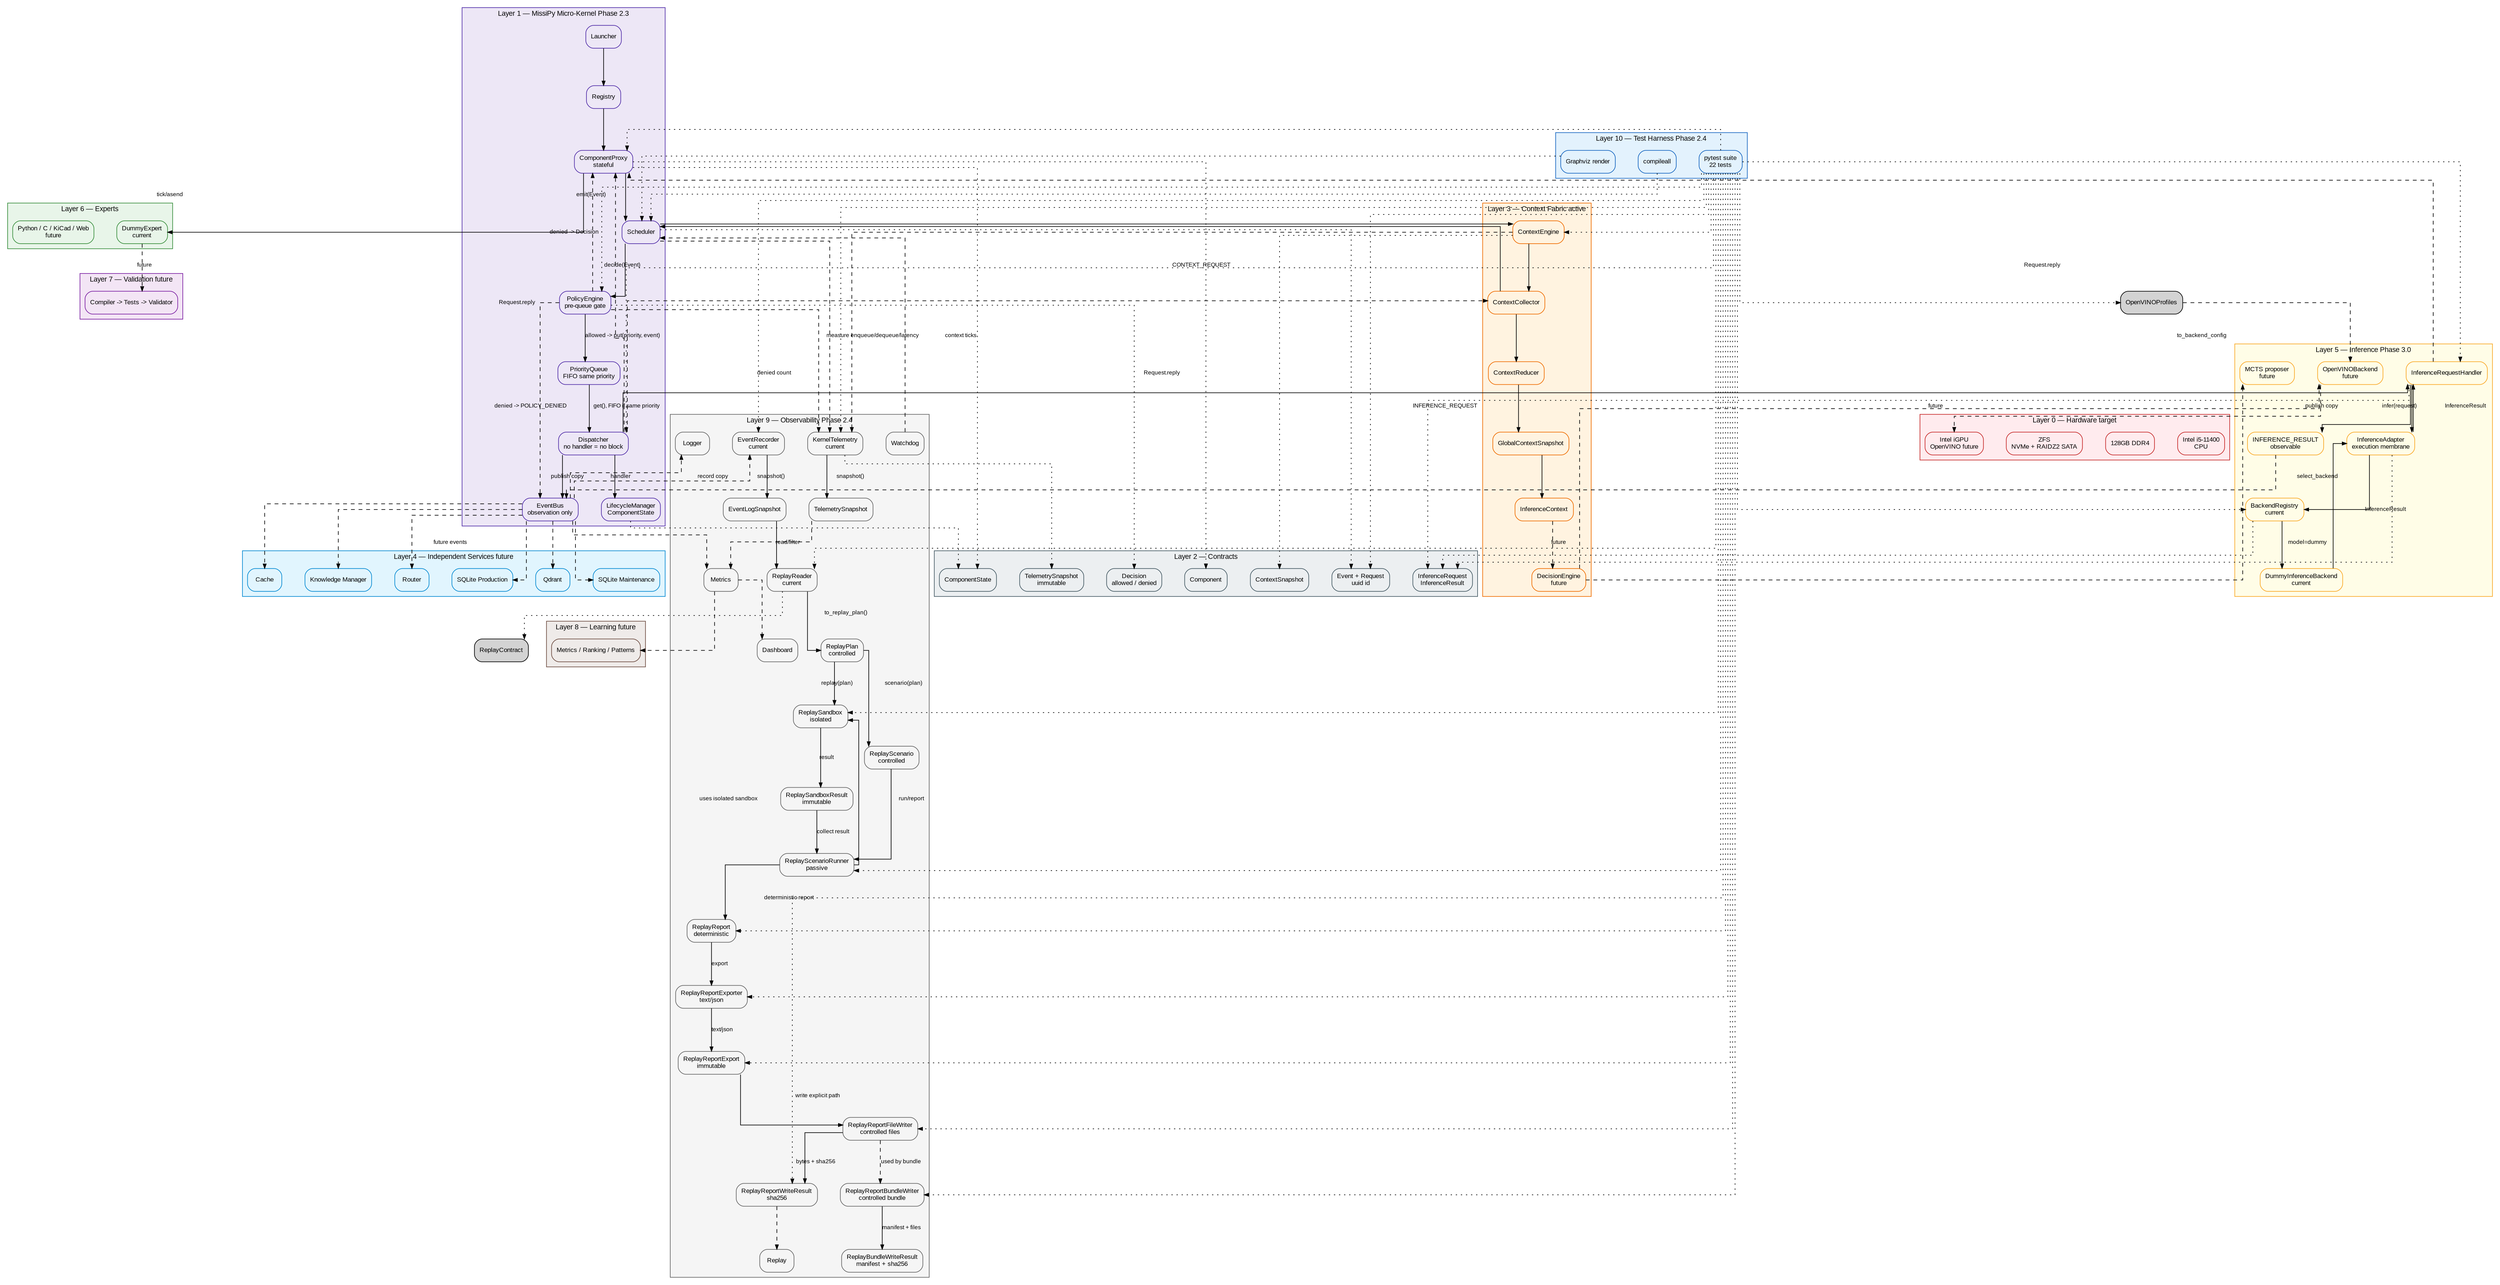
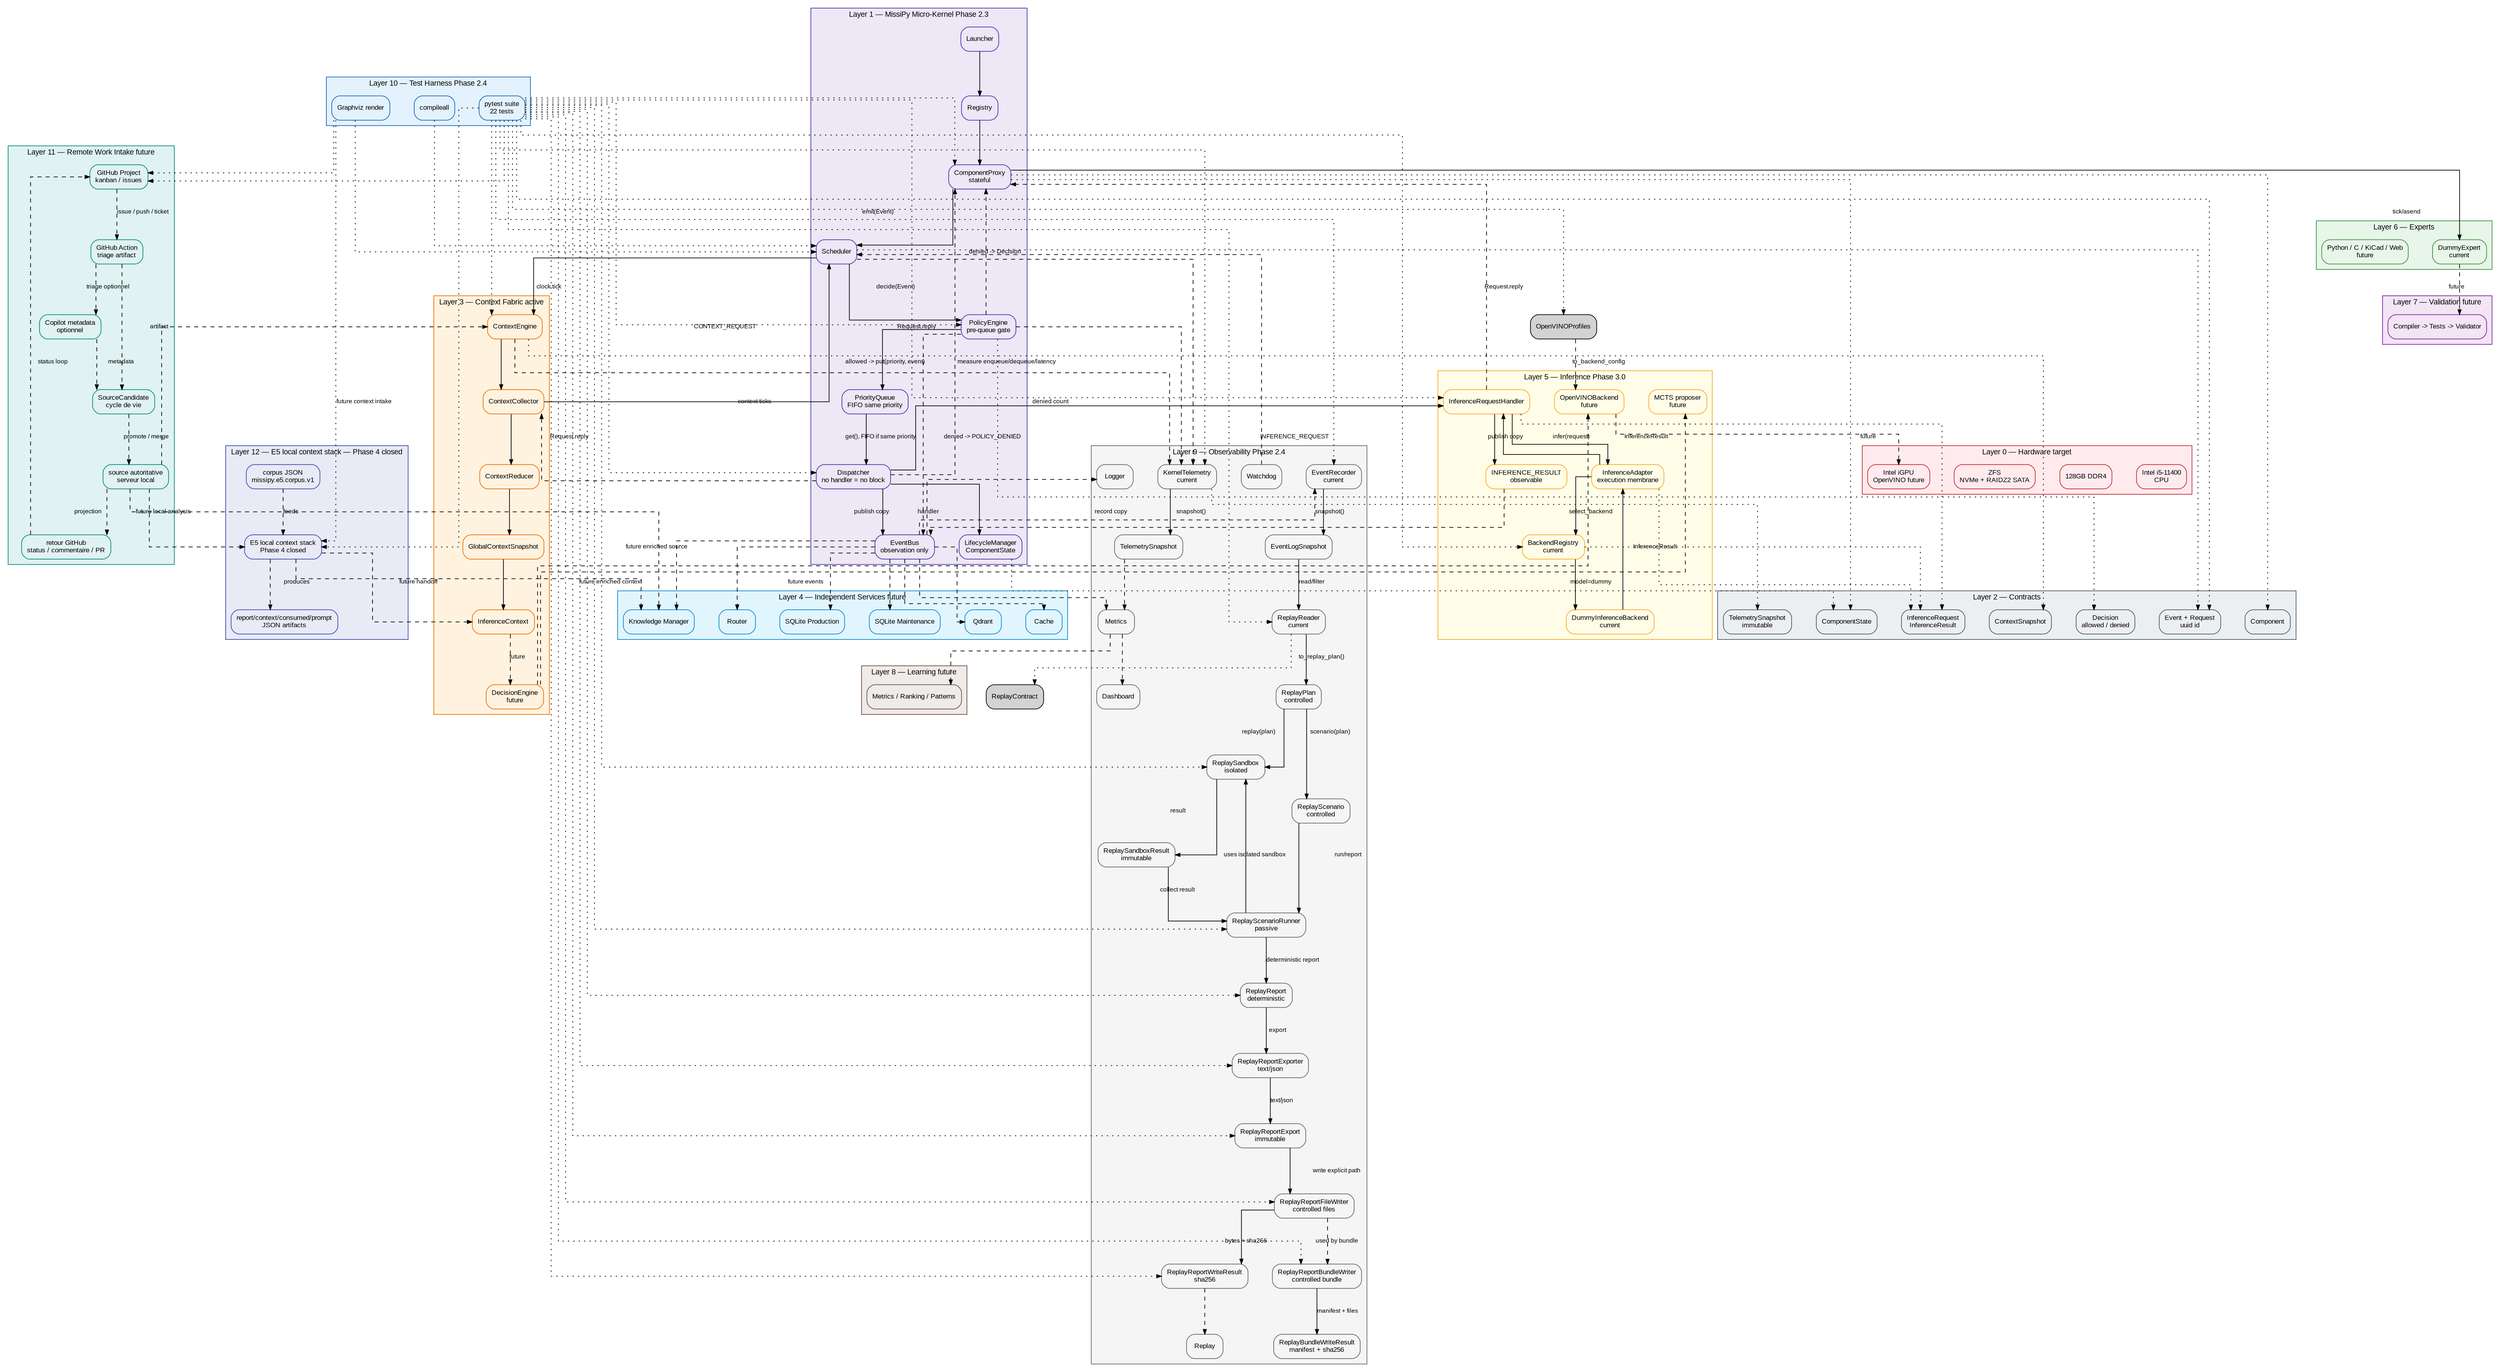
digraph Global {
    // ROADMAP_ID: global

    rankdir=TB;

    // ROADMAP_NOTE[phase2_5]:
    // BackendRegistry est ajouté au layer inference pour préparer
    // l’enregistrement explicite d’OpenVINO sans modifier le Scheduler.

    // ROADMAP_NOTE[phase3_0]:
    // OpenVINOModelProfileRegistry est ajouté pour décrire un ou plusieurs
    // modèles OpenVINO possibles avant de créer les backends exécutables.
    compound=true;
    splines=ortho;
    nodesep=0.5;
    ranksep=0.8;

    graph [fontname="Arial", fontsize=11];
    node [shape=box, style="rounded,filled", fontname="Arial", fontsize=10];
    edge [fontname="Arial", fontsize=9, arrowsize=0.7];

    // ROADMAP_NOTE[phase2_4]:
// ReplayReportBundleWriter ajoute un dossier de replay contrôlé :
// report.txt, report.json et manifest.json avec sha256. La roadmap DOT
// est aussi vérifiée par tests/docs/test_dot_links.py afin que les liens
// descente/remontée pointent vers des sources DOT existantes.
    // Le Layer 9 ajoute ReplayReportFileWriter après ReplayReportExport.
    // Cette étape persiste les exports texte/JSON vers chemins explicites.
    // Aucun répertoire n'est créé ni aucun fichier écrasé sans demande explicite.
    // Le writer reste passif et ne commande jamais le Scheduler vivant.
+ 
+ 
+     // ROADMAP_NOTE[phase4_18_r2]:
+     // GitHub Project Orchestrator est visible dans l'architecture globale.
+     // Cette couche reste future et documentaire : pas d'API GitHub, pas de token,
+     // pas de polling réseau et pas de dépendance Copilot dans le coeur.
+ 
+     // ROADMAP_NOTE[phase4_19]:
+     // La Phase 4 se clôt par un audit du moteur local E5 : corpus, recherche,
+     // diagnostics, gates, rapports, contexte, consommation et prompt packet.
+     // Le stack E5 reste hors Scheduler, hors Qdrant et hors backend de réponse.
+ 
+     // ROADMAP_NOTE[phase4_20]:
+     // Phase 4 clôturée : le moteur local E5 produit des artefacts déterministes
+     // de recherche, contexte consommé et prompt packet. La Phase 5 peut brancher
+     // ce socle au serveur local ou au Context Engine sans changer ces frontières.

    subgraph cluster_L0 {
        label="Layer 0 — Hardware target";
        color="#c62828";
        bgcolor="#ffebee";
        node [fillcolor="#ffebee", color="#c62828"];
        CPU [label="Intel i5-11400\nCPU"];
        RAM [label="128GB DDR4"];
        Storage [label="ZFS\nNVMe + RAIDZ2 SATA"];
        GPU [label="Intel iGPU\nOpenVINO future"];
    }

    subgraph cluster_L1 {
        label="Layer 1 — MissiPy Micro-Kernel Phase 2.3";
        color="#512da8";
        bgcolor="#ede7f6";
        node [fillcolor="#ede7f6", color="#512da8"];
        Launcher [URL="scheduler/10_scheduler.svg", tooltip="Zoom Scheduler"];
        Registry [URL="scheduler/10_scheduler.svg", tooltip="Registry"];
        Proxy [label="ComponentProxy\nstateful", URL="scheduler/component_proxy/14_component_proxy.svg", tooltip="Runtime proxy"];
        Scheduler [URL="scheduler/10_scheduler.svg", tooltip="Zoom Scheduler"];
        Policy [label="PolicyEngine\npre-queue gate", URL="scheduler/10_scheduler.svg"];
        Queue [label="PriorityQueue\nFIFO same priority", URL="scheduler/priority_queue/13_priority_queue.svg"];
        Dispatcher [label="Dispatcher\nno handler = no block", URL="scheduler/dispatcher/11_dispatcher.svg"];
        EventBus [label="EventBus\nobservation only", URL="scheduler/event_bus/12_event_bus.svg"];
        Lifecycle [label="LifecycleManager\nComponentState", URL="scheduler/10_scheduler.svg"];
    }

    subgraph cluster_L2 {
        label="Layer 2 — Contracts";
        color="#455a64";
        bgcolor="#eceff1";
        node [fillcolor="#eceff1", color="#455a64"];
        EventContract [label="Event + Request\nuuid id"];
        LifecycleContract [label="ComponentState"];
        ComponentContract [label="Component"];
        ContextContract [label="ContextSnapshot"];
        InferenceContract [label="InferenceRequest\nInferenceResult"];
        PolicyContract [label="Decision\nallowed / denied"];
        TelemetryContract [label="TelemetrySnapshot\nimmutable"];
    }

    subgraph cluster_L3 {
        label="Layer 3 — Context Fabric active";
        color="#ef6c00";
        bgcolor="#fff3e0";
        node [fillcolor="#fff3e0", color="#ef6c00"];
        ContextEngine [label="ContextEngine", URL="context/20_context.svg"];
        Collector [label="ContextCollector", URL="context/20_context.svg"];
        Reducer [label="ContextReducer", URL="context/20_context.svg"];
        Snapshot [label="GlobalContextSnapshot", URL="context/20_context.svg"];
        InferenceCtx [label="InferenceContext", URL="context/20_context.svg"];
        Decision [label="DecisionEngine\nfuture", URL="context/20_context.svg"];
    }

    subgraph cluster_L4 {
        label="Layer 4 — Independent Services future";
        color="#0288d1";
        bgcolor="#e1f5fe";
        node [fillcolor="#e1f5fe", color="#0288d1"];
        Router [URL="services/30_services.svg"];
        SQLiteProd [label="SQLite Production", URL="services/30_services.svg"];
        SQLiteMaint [label="SQLite Maintenance", URL="services/30_services.svg"];
        Qdrant [URL="services/30_services.svg"];
        Cache [URL="services/30_services.svg"];
        Knowledge [label="Knowledge Manager", URL="services/30_services.svg"];
    }

    subgraph cluster_L5 {
        label="Layer 5 — Inference Phase 3.0";
        color="#f9a825";
        bgcolor="#fffde7";
        node [fillcolor="#fffde7", color="#f9a825"];
        InferenceHandler [label="InferenceRequestHandler", URL="inference/40_inference.svg"];
        InferenceAdapter [label="InferenceAdapter\nexecution membrane", URL="inference/40_inference.svg"];
        BackendRegistry [label="BackendRegistry\ncurrent", URL="inference/40_inference.svg"];
        DummyBackend [label="DummyInferenceBackend\ncurrent", URL="inference/40_inference.svg"];
        InferenceResult [label="INFERENCE_RESULT\nobservable", URL="inference/40_inference.svg"];
        OpenVINO [label="OpenVINOBackend\nfuture", URL="inference/40_inference.svg"];
        MCTS [label="MCTS proposer\nfuture"];
    }

    subgraph cluster_L6 {
        label="Layer 6 — Experts";
        color="#388e3c";
        bgcolor="#e8f5e9";
        node [fillcolor="#e8f5e9", color="#388e3c"];
        Dummy [label="DummyExpert\ncurrent", URL="experts/40_experts.svg"];
        ExpertsFuture [label="Python / C / KiCad / Web\nfuture", URL="experts/40_experts.svg"];
    }

    subgraph cluster_L7 {
        label="Layer 7 — Validation future";
        color="#7b1fa2";
        bgcolor="#f3e5f5";
        node [fillcolor="#f3e5f5", color="#7b1fa2"];
        Validation [label="Compiler -> Tests -> Validator", URL="validation/50_validation.svg"];
    }

    subgraph cluster_L8 {
        label="Layer 8 — Learning future";
        color="#6d4c41";
        bgcolor="#efebe9";
        node [fillcolor="#efebe9", color="#6d4c41"];
        Learning [label="Metrics / Ranking / Patterns", URL="learning/60_learning.svg"];
    }

    subgraph cluster_L9 {
        label="Layer 9 — Observability Phase 2.4";
        color="#666666";
        bgcolor="#f5f5f5";
        node [fillcolor="#f5f5f5", color="#666666"];
        Logger [URL="observability/70_observability.svg"];
        KernelTelemetry [label="KernelTelemetry
current", URL="observability/70_observability.svg"];
        TelemetrySnapshot [label="TelemetrySnapshot", URL="observability/70_observability.svg"];
        EventRecorder [label="EventRecorder
current", URL="observability/70_observability.svg"];
        EventLogSnapshot [label="EventLogSnapshot", URL="observability/70_observability.svg"];
        ReplayReader [label="ReplayReader
current", URL="observability/70_observability.svg"];
        ReplayPlan [label="ReplayPlan
controlled", URL="observability/70_observability.svg"];
        ReplaySandbox [label="ReplaySandbox
isolated", URL="observability/70_observability.svg"];
        ReplaySandboxResult [label="ReplaySandboxResult
immutable", URL="observability/70_observability.svg"];
        ReplayScenario [label="ReplayScenario
controlled", URL="observability/70_observability.svg"];
        ReplayScenarioRunner [label="ReplayScenarioRunner
passive", URL="observability/70_observability.svg"];
        ReplayReport [label="ReplayReport
deterministic", URL="observability/70_observability.svg"];
        ReplayReportExporter [label="ReplayReportExporter
text/json", URL="observability/70_observability.svg"];
        ReplayReportExport [label="ReplayReportExport
immutable", URL="observability/70_observability.svg"];
        ReplayReportFileWriter [label="ReplayReportFileWriter
controlled files", URL="observability/70_observability.svg"];
        ReplayReportWriteResult [label="ReplayReportWriteResult
sha256", URL="observability/70_observability.svg"];
        ReplayReportBundleWriter [label="ReplayReportBundleWriter
controlled bundle", URL="observability/70_observability.svg"];
        ReplayBundleWriteResult [label="ReplayBundleWriteResult
manifest + sha256", URL="observability/70_observability.svg"];
        Metrics [URL="observability/70_observability.svg"];
        Replay [URL="observability/70_observability.svg"];
        Dashboard [URL="observability/70_observability.svg"];
        Watchdog [URL="observability/70_observability.svg"];
    }

    subgraph cluster_L10 {
        label="Layer 10 — Test Harness Phase 2.4";
        color="#1565c0";
        bgcolor="#e3f2fd";
        node [fillcolor="#e3f2fd", color="#1565c0"];
        Pytest [label="pytest suite\n22 tests", URL="tests/80_tests.svg"];
        CompileAll [label="compileall"];
        DotRender [label="Graphviz render"];
    }

+ 
+ 
+     subgraph cluster_L11 {
+         label="Layer 11 — Remote Work Intake future";
+         color="#00897b";
+         bgcolor="#e0f2f1";
+         node [fillcolor="#e0f2f1", color="#00897b"];
+         GitHubProject [label="GitHub Project
+ kanban / issues", URL="integrations/90_github_project_orchestrator.svg"];
+         GitHubAction [label="GitHub Action
+ triage artifact", URL="integrations/90_github_project_orchestrator.svg"];
+         CopilotMetadata [label="Copilot metadata
+ optionnel", URL="integrations/90_github_project_orchestrator.svg"];
+         SourceCandidate [label="SourceCandidate
+ cycle de vie", URL="integrations/91_source_candidate_lifecycle.svg"];
+         LocalAuthority [label="source autoritative
+ serveur local", URL="integrations/91_source_candidate_lifecycle.svg"];
+         GitHubFeedback [label="retour GitHub
+ status / commentaire / PR", URL="integrations/90_github_project_orchestrator.svg"];
+     }
+ 
+     subgraph cluster_L12 {
+         label="Layer 12 — E5 local context stack — Phase 4 closed";
+         color="#3949ab";
+         bgcolor="#e8eaf6";
+         node [fillcolor="#e8eaf6", color="#3949ab"];
+         E5LocalStack [label="E5 local context stack
+ Phase 4 closed", URL="inference/74_e5_phase4_closure.svg"];
+         E5Corpus [label="corpus JSON
+ missipy.e5.corpus.v1", URL="inference/73_e5_phase4_final_audit.svg"];
+         E5Reports [label="report/context/consumed/prompt
+ JSON artifacts", URL="inference/74_e5_phase4_closure.svg"];
+     }
+ 
    Launcher -> Registry;
    Registry -> Proxy;
    Proxy -> Scheduler [label="emit(Event)"];
    Scheduler -> Policy [label="decide(Event)"];
    Policy -> Queue [label="allowed -> put(priority, event)"];
    Policy -> EventBus [label="denied -> POLICY_DENIED", style=dashed];
    Policy -> Proxy [label="denied -> Decision", style=dashed];
    Queue -> Dispatcher [label="get(), FIFO if same priority"];
    Dispatcher -> Lifecycle [label="handler"];
    Dispatcher -> EventBus [label="publish copy"];
    Dispatcher -> Proxy [label="Request.reply", style=dashed];

    Lifecycle -> LifecycleContract [style=dotted];
    Proxy -> LifecycleContract [style=dotted];

    Scheduler -> ContextEngine [label="clock tick"];
    ContextEngine -> Collector;
    Collector -> Scheduler [label="CONTEXT_REQUEST"];
    Dispatcher -> Collector [label="Request.reply", style=dashed];
    Collector -> Reducer;
    Reducer -> Snapshot;
    Snapshot -> InferenceCtx;
    InferenceCtx -> Decision [style=dashed, label="future"];

    Scheduler -> EventContract [style=dotted];
    Policy -> PolicyContract [style=dotted];
    KernelTelemetry -> TelemetryContract [style=dotted];
    Proxy -> ComponentContract [style=dotted];
    ContextEngine -> ContextContract [style=dotted];
    InferenceHandler -> InferenceContract [style=dotted];
    ReplayReader -> ReplayContract [style=dotted];
    InferenceAdapter -> InferenceContract [style=dotted];
    BackendRegistry -> InferenceContract [style=dotted];

    Proxy -> Dummy [label="tick/asend"];

    Dispatcher -> InferenceHandler [label="INFERENCE_REQUEST"];
    InferenceHandler -> InferenceAdapter [label="infer(request)"];
    InferenceAdapter -> BackendRegistry [label="select_backend"];
    BackendRegistry -> DummyBackend [label="model=dummy"];
    DummyBackend -> InferenceAdapter [label="InferenceResult"];
    InferenceAdapter -> InferenceHandler [label="InferenceResult"];
    InferenceHandler -> InferenceResult [label="publish copy"];
    InferenceHandler -> Proxy [label="Request.reply", style=dashed];
    InferenceResult -> EventBus [style=dashed];
    OpenVINOProfiles -> OpenVINO [style=dashed, label="to_backend_config"];
    OpenVINO -> GPU [style=dashed, label="future"];
+     E5Corpus -> E5LocalStack [style=dashed, label="feeds"];
+     E5LocalStack -> E5Reports [style=dashed, label="produces"];
+     E5LocalStack -> InferenceCtx [style=dashed, label="future handoff"];
+     E5LocalStack -> Knowledge [style=dashed, label="future enriched context"];

    Scheduler -> KernelTelemetry [style=dashed, label="measure enqueue/dequeue/latency"];
    Policy -> KernelTelemetry [style=dashed, label="denied count"];
    ContextEngine -> KernelTelemetry [style=dashed, label="context ticks"];
    KernelTelemetry -> TelemetrySnapshot [label="snapshot()"];
    TelemetrySnapshot -> Metrics [style=dashed];

    EventBus -> Logger [style=dashed];
    EventBus -> Metrics [style=dashed];
    EventBus -> EventRecorder [style=dashed, label="record copy"];
    EventRecorder -> EventLogSnapshot [label="snapshot()"];
    EventLogSnapshot -> ReplayReader [label="read/filter"];
    ReplayReader -> ReplayPlan [label="to_replay_plan()"];
    ReplayPlan -> ReplaySandbox [label="replay(plan)"];
    ReplaySandbox -> ReplaySandboxResult [label="result"];
    ReplayPlan -> ReplayScenario [label="scenario(plan)"];
    ReplayScenario -> ReplayScenarioRunner [label="run/report"];
    ReplayScenarioRunner -> ReplaySandbox [label="uses isolated sandbox"];
    ReplaySandboxResult -> ReplayScenarioRunner [label="collect result"];
    ReplayScenarioRunner -> ReplayReport [label="deterministic report"];
    ReplayReport -> ReplayReportExporter [label="export"];
    ReplayReportExporter -> ReplayReportExport [label="text/json"];
    ReplayReportExport -> ReplayReportFileWriter [label="write explicit path"];
    ReplayReportFileWriter -> ReplayReportWriteResult [label="bytes + sha256"];
    ReplayReportFileWriter -> ReplayReportBundleWriter [style=dashed, label="used by bundle"];
    ReplayReportBundleWriter -> ReplayBundleWriteResult [label="manifest + files"];
    ReplayReportWriteResult -> Replay [style=dashed];
    Metrics -> Dashboard [style=dashed];
    Watchdog -> Scheduler [style=dashed];

    Pytest -> EventContract [style=dotted];
    Pytest -> Dispatcher [style=dotted];
    Pytest -> Proxy [style=dotted];
    Pytest -> ContextEngine [style=dotted];
    Pytest -> InferenceHandler [style=dotted];
    Pytest -> BackendRegistry [style=dotted];
    Pytest -> OpenVINOProfiles [style=dotted];
    Pytest -> Policy [style=dotted];
    Pytest -> KernelTelemetry [style=dotted];
    Pytest -> EventRecorder [style=dotted];
    Pytest -> ReplayReader [style=dotted];
    Pytest -> ReplaySandbox [style=dotted];
    Pytest -> ReplayScenarioRunner [style=dotted];
    Pytest -> ReplayReport [style=dotted];
    Pytest -> ReplayReportExporter [style=dotted];
    Pytest -> ReplayReportExport [style=dotted];
    Pytest -> ReplayReportFileWriter [style=dotted];
    Pytest -> ReplayReportBundleWriter [style=dotted];
    Pytest -> ReplayReportWriteResult [style=dotted];
    CompileAll -> Scheduler [style=dotted];
    DotRender -> Scheduler [style=dotted];

    EventBus -> Router [style=dashed, label="future events"];
    EventBus -> SQLiteProd [style=dashed];
    EventBus -> SQLiteMaint [style=dashed];
    EventBus -> Qdrant [style=dashed];
    EventBus -> Cache [style=dashed];
    EventBus -> Knowledge [style=dashed];
    Decision -> OpenVINO [style=dashed];
    Decision -> MCTS [style=dashed];
    Dummy -> Validation [style=dashed, label="future"];
    Metrics -> Learning [style=dashed];
+ 
+     GitHubProject -> GitHubAction [style=dashed, label="issue / push / ticket"];
+     GitHubAction -> CopilotMetadata [style=dashed, label="triage optionnel"];
+     CopilotMetadata -> SourceCandidate [style=dashed, label="metadata"];
+     GitHubAction -> SourceCandidate [style=dashed, label="artifact"];
+     SourceCandidate -> LocalAuthority [style=dashed, label="promote / merge"];
+     LocalAuthority -> E5LocalStack [style=dashed, label="future local analysis"];
+     LocalAuthority -> ContextEngine [style=dashed, label="future context intake"];
+     LocalAuthority -> Knowledge [style=dashed, label="future enriched source"];
+     LocalAuthority -> GitHubFeedback [style=dashed, label="projection"];
+     GitHubFeedback -> GitHubProject [style=dashed, label="status loop"];
+     Pytest -> GitHubProject [style=dotted];
+     Pytest -> E5LocalStack [style=dotted];
+     DotRender -> GitHubProject [style=dotted];
+     DotRender -> E5LocalStack [style=dotted];
}
+ 
